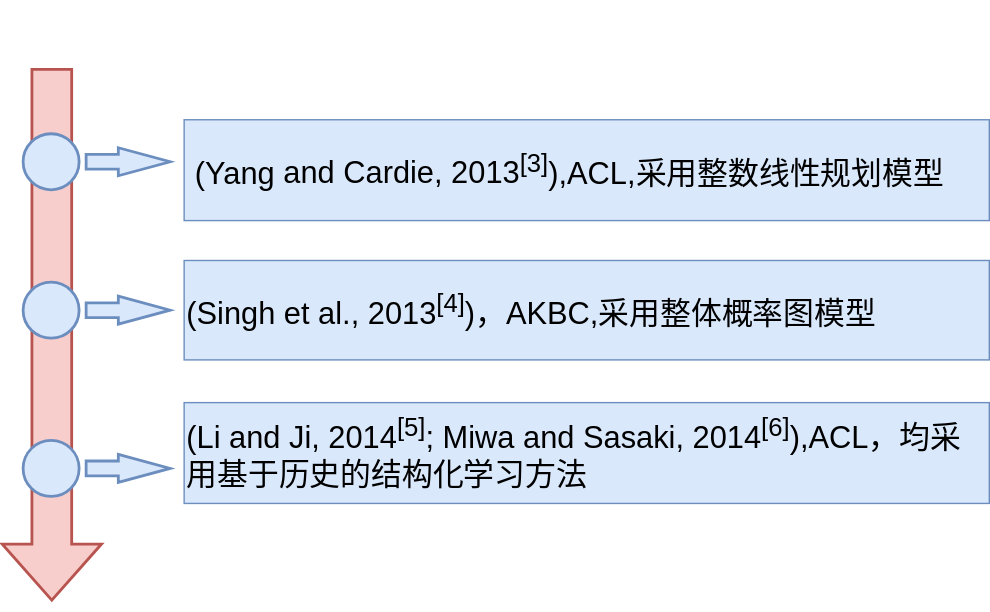
This is Untitled Diagram.svg from bigbigkid/awesome-knowledge-graph, a draw.io export, as it was before one commit. Source tidied: cells renumbered, new cells last; positions are measured from the earlier drawing's top-left corner, leaving out a move shared by most shapes.
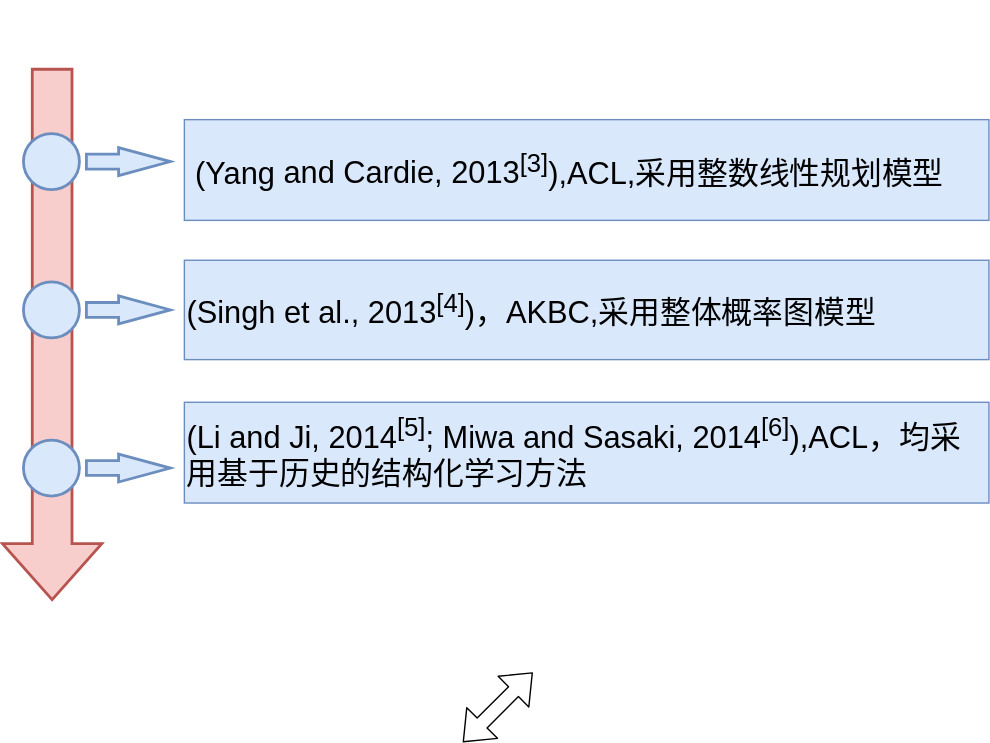
The same diagram one commit later.

The edit, as a diff of the source:
```diff
@@ -47,5 +47,11 @@
     <mxCell id="16" style="edgeStyle=orthogonalEdgeStyle;rounded=0;orthogonalLoop=1;jettySize=auto;html=1;exitX=1;exitY=0.5;exitDx=0;exitDy=0;exitPerimeter=0;" parent="1" edge="1" source="2" target="2">
       <mxGeometry relative="1" as="geometry" />
     </mxCell>
+    <mxCell id="17" style="shape=flexArrow;endArrow=classic;startArrow=classic;html=1;" parent="1" edge="1">
+      <mxGeometry relative="1" as="geometry">
+        <mxPoint x="329" y="525" as="sourcePoint" />
+        <mxPoint x="379" y="475" as="targetPoint" />
+      </mxGeometry>
+    </mxCell>
   </root>
 </mxGraphModel>
```
